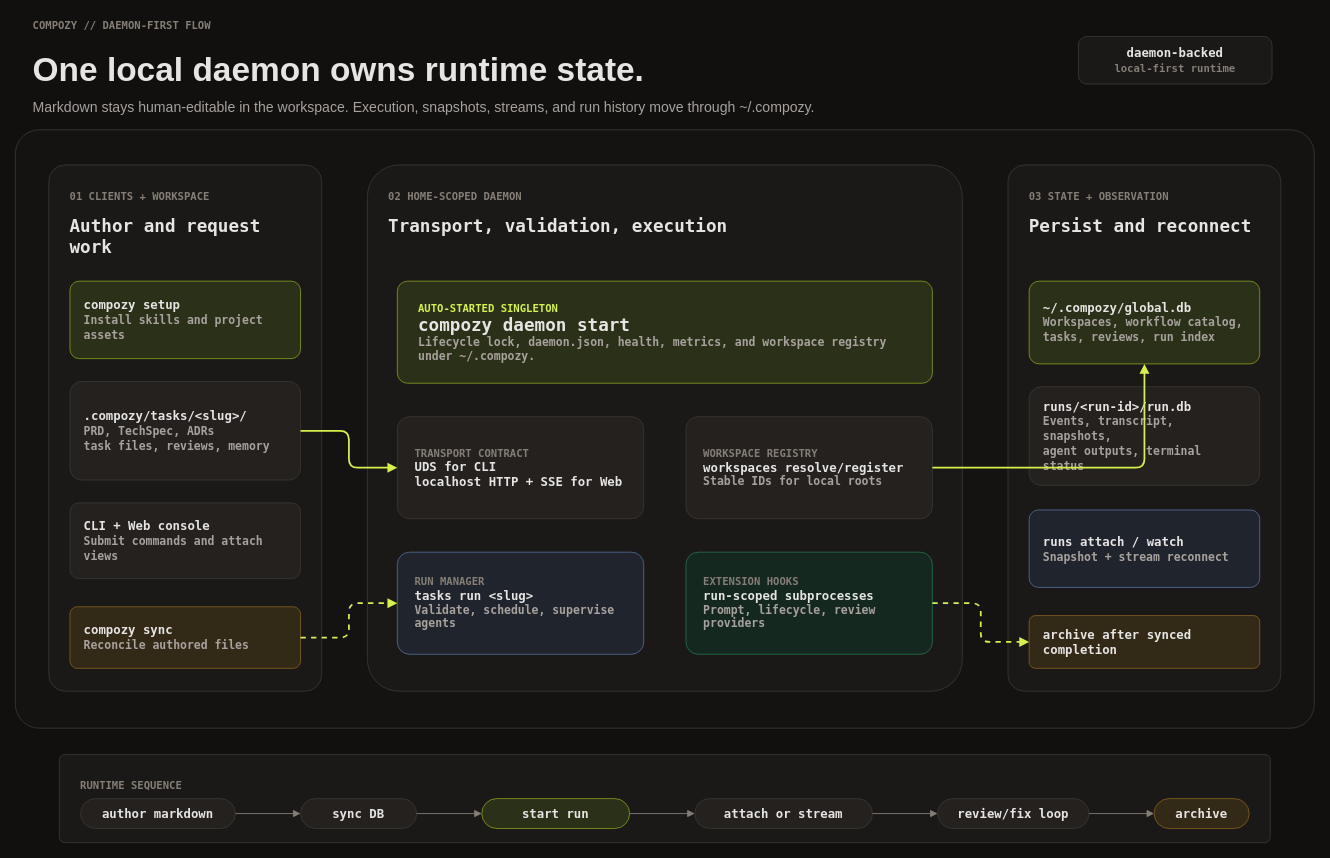
Above: imgs/how-it-works.drawio in compozy/compozy (draw.io), before the change. Source tidied: cells renumbered, new cells numbered last; positions are measured from the earlier drawing's top-left corner, leaving out a move shared by most shapes. Both pictures are drawn from the tidied source at 88%, with x=0, y=0 at pixel (15, 15).
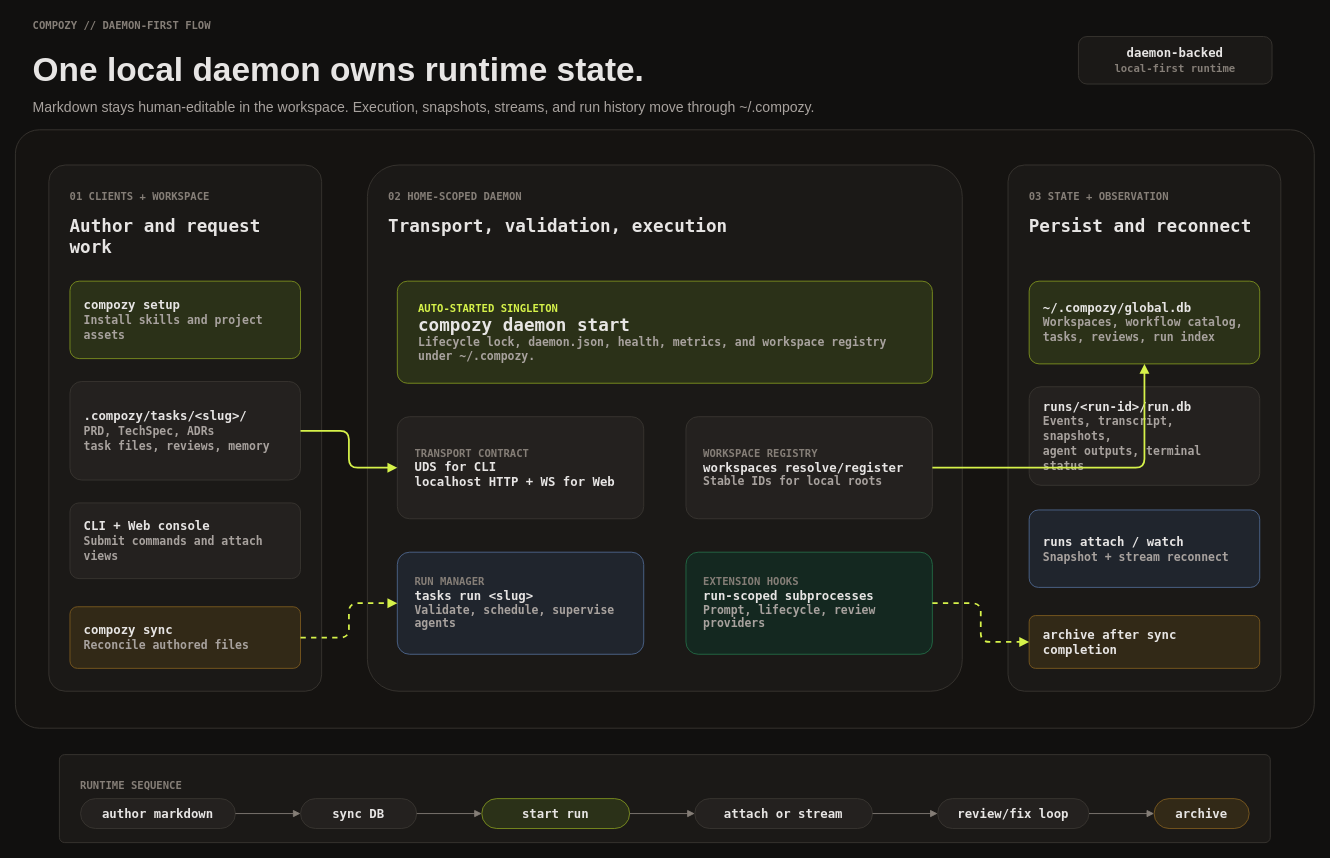
The same page after the edit.

Diff of the diagram source:
```diff
@@
-    <mxCell id="14" value="TRANSPORT CONTRACT&lt;br&gt;&lt;font style=&quot;font-size:14px;color:#e7e5e4;&quot;&gt;UDS for CLI&lt;br&gt;localhost HTTP + SSE for Web&lt;/font&gt;" style="rounded=1;whiteSpace=wrap;html=1;fillColor=#24211f;strokeColor=#3a3632;fontColor=#857e77;fontStyle=1;fontSize=12;arcSize=12;spacing=20;fontFamily=Menlo;align=left;" parent="1" vertex="1">
+    <mxCell id="14" value="TRANSPORT CONTRACT&lt;br&gt;&lt;font style=&quot;font-size:14px;color:#e7e5e4;&quot;&gt;UDS for CLI&lt;br&gt;localhost HTTP + WS for Web&lt;/font&gt;" style="rounded=1;whiteSpace=wrap;html=1;fillColor=#24211f;strokeColor=#3a3632;fontColor=#857e77;fontStyle=1;fontSize=12;arcSize=12;spacing=20;fontFamily=Menlo;align=left;" parent="1" vertex="1">
       <mxGeometry x="434" y="456" width="280" height="116" as="geometry" />
     </mxCell>
@@
-    <mxCell id="22" value="archive after synced completion" style="rounded=1;whiteSpace=wrap;html=1;fillColor=#322917;strokeColor=#7d5b1f;fontColor=#e7e5e4;fontStyle=1;fontSize=14;arcSize=12;spacing=16;fontFamily=Menlo;align=left;" parent="1" vertex="1">
+    <mxCell id="22" value="archive after sync completion" style="rounded=1;whiteSpace=wrap;html=1;fillColor=#322917;strokeColor=#7d5b1f;fontColor=#e7e5e4;fontStyle=1;fontSize=14;arcSize=12;spacing=16;fontFamily=Menlo;align=left;" parent="1" vertex="1">
       <mxGeometry x="1152" y="682" width="262" height="60" as="geometry" />
     </mxCell>
```
